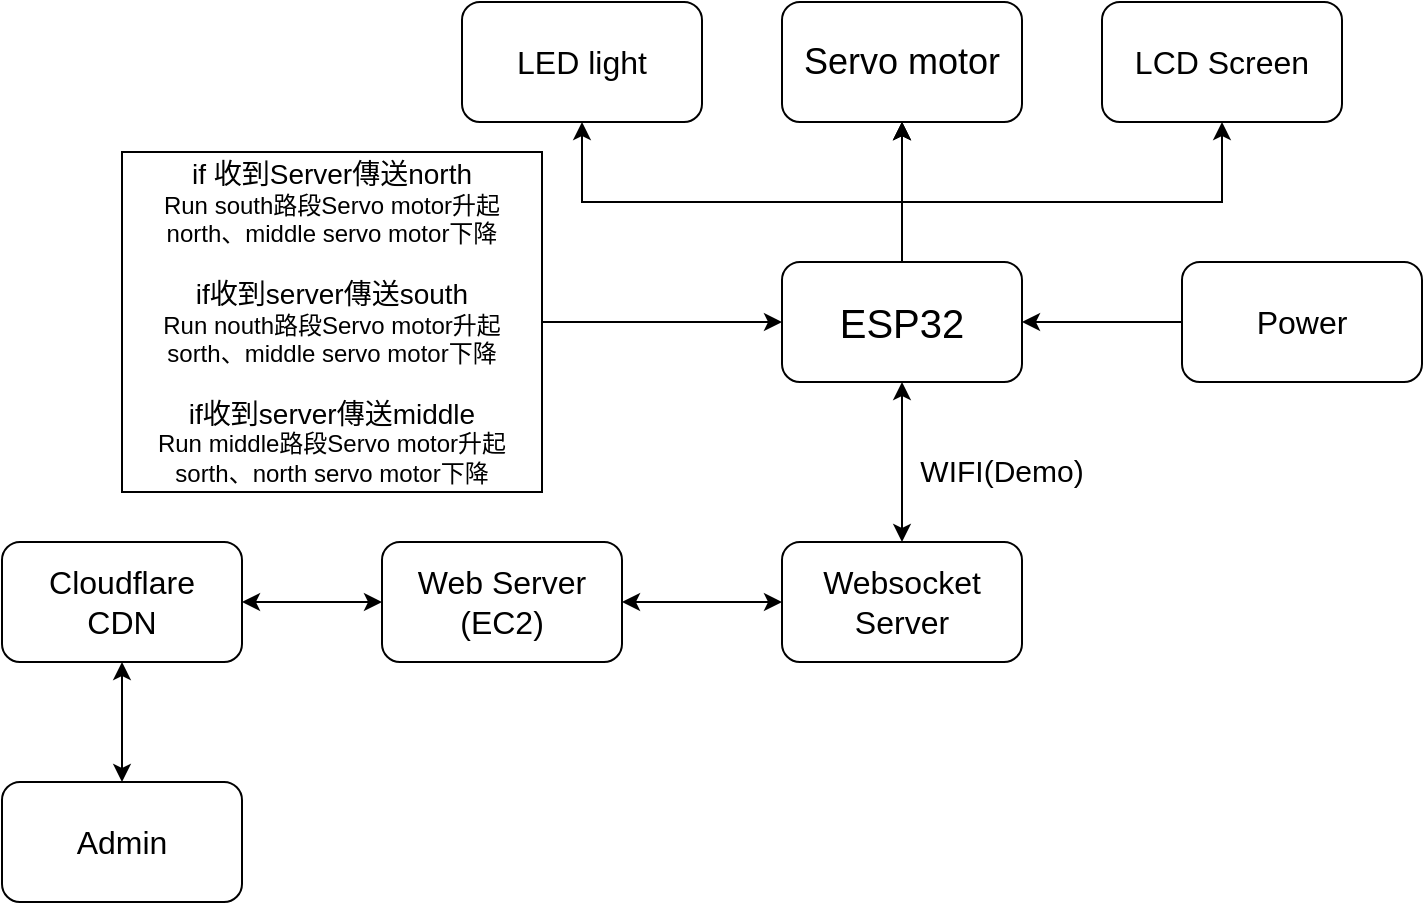
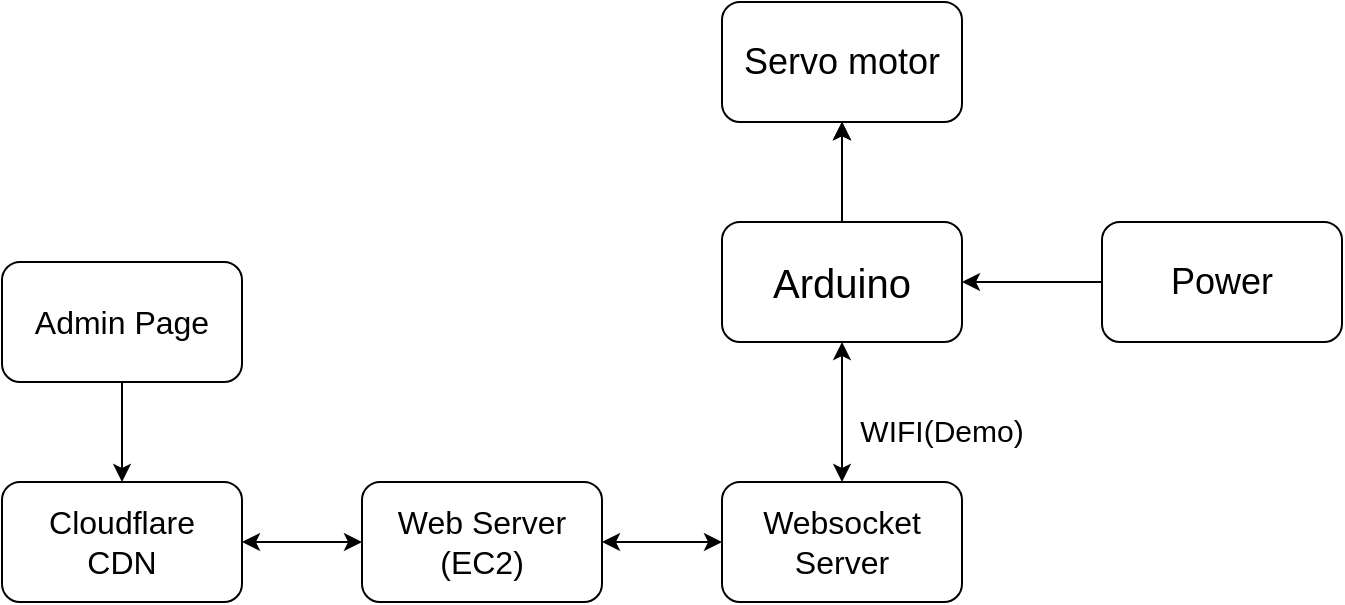
- <mxfile host="app.diagrams.net" agent="Mozilla/5.0 (Macintosh; Intel Mac OS X 10_15_7) AppleWebKit/537.36 (KHTML, like Gecko) Chrome/131.0.0.0 Safari/537.36" version="25.0.3">
+ <mxfile host="app.diagrams.net" agent="Mozilla/5.0 (Macintosh; Intel Mac OS X 10_15_7) AppleWebKit/537.36 (KHTML, like Gecko) Chrome/133.0.0.0 Safari/537.36" version="26.0.2">
  <diagram name="第 1 页" id="GRRBzTbhXltk0ez7nLBs">
-     <mxGraphModel dx="954" dy="605" grid="1" gridSize="10" guides="1" tooltips="1" connect="1" arrows="1" fold="1" page="1" pageScale="1" pageWidth="2339" pageHeight="3300" math="0" shadow="0">
+     <mxGraphModel dx="954" dy="503" grid="1" gridSize="10" guides="1" tooltips="1" connect="1" arrows="1" fold="1" page="1" pageScale="1" pageWidth="2339" pageHeight="3300" math="0" shadow="0">
      <root>
        <mxCell id="0" />
        <mxCell id="1" parent="0" />
        <mxCell id="h-WjH9o7uv-af2M9mUsH-5" value="" style="edgeStyle=orthogonalEdgeStyle;rounded=0;orthogonalLoop=1;jettySize=auto;html=1;" parent="1" source="h-WjH9o7uv-af2M9mUsH-3" target="h-WjH9o7uv-af2M9mUsH-4" edge="1">
          <mxGeometry relative="1" as="geometry" />
        </mxCell>
        <mxCell id="h-WjH9o7uv-af2M9mUsH-8" value="" style="edgeStyle=orthogonalEdgeStyle;rounded=0;orthogonalLoop=1;jettySize=auto;html=1;" parent="1" source="h-WjH9o7uv-af2M9mUsH-3" target="h-WjH9o7uv-af2M9mUsH-4" edge="1">
          <mxGeometry relative="1" as="geometry" />
        </mxCell>
        <mxCell id="h-WjH9o7uv-af2M9mUsH-9" value="" style="edgeStyle=orthogonalEdgeStyle;rounded=0;orthogonalLoop=1;jettySize=auto;html=1;" parent="1" source="h-WjH9o7uv-af2M9mUsH-3" target="h-WjH9o7uv-af2M9mUsH-4" edge="1">
          <mxGeometry relative="1" as="geometry" />
        </mxCell>
-         <mxCell id="h-WjH9o7uv-af2M9mUsH-11" style="edgeStyle=orthogonalEdgeStyle;rounded=0;orthogonalLoop=1;jettySize=auto;html=1;entryX=0.5;entryY=1;entryDx=0;entryDy=0;" parent="1" source="h-WjH9o7uv-af2M9mUsH-3" target="h-WjH9o7uv-af2M9mUsH-10" edge="1">
-           <mxGeometry relative="1" as="geometry">
-             <Array as="points">
-               <mxPoint x="640" y="500" />
-               <mxPoint x="800" y="500" />
-             </Array>
-           </mxGeometry>
-         </mxCell>
-         <mxCell id="h-WjH9o7uv-af2M9mUsH-13" style="edgeStyle=orthogonalEdgeStyle;rounded=0;orthogonalLoop=1;jettySize=auto;html=1;entryX=0.5;entryY=1;entryDx=0;entryDy=0;" parent="1" source="h-WjH9o7uv-af2M9mUsH-3" target="h-WjH9o7uv-af2M9mUsH-12" edge="1">
-           <mxGeometry relative="1" as="geometry">
-             <Array as="points">
-               <mxPoint x="640" y="500" />
-               <mxPoint x="480" y="500" />
-             </Array>
-           </mxGeometry>
-         </mxCell>
-         <mxCell id="h-WjH9o7uv-af2M9mUsH-3" value="&lt;font style=&quot;font-size: 20px;&quot;&gt;ESP32&lt;/font&gt;" style="rounded=1;whiteSpace=wrap;html=1;" parent="1" vertex="1">
+         <mxCell id="h-WjH9o7uv-af2M9mUsH-3" value="&lt;span style=&quot;font-size: 20px;&quot;&gt;Arduino&lt;/span&gt;" style="rounded=1;whiteSpace=wrap;html=1;" parent="1" vertex="1">
          <mxGeometry x="580" y="530" width="120" height="60" as="geometry" />
        </mxCell>
        <mxCell id="h-WjH9o7uv-af2M9mUsH-4" value="&lt;font style=&quot;font-size: 18px;&quot;&gt;Servo motor&lt;/font&gt;" style="rounded=1;whiteSpace=wrap;html=1;" parent="1" vertex="1">
-           <mxGeometry x="580" y="400" width="120" height="60" as="geometry" />
-         </mxCell>
-         <mxCell id="h-WjH9o7uv-af2M9mUsH-10" value="&lt;font style=&quot;font-size: 16px;&quot;&gt;LCD Screen&lt;/font&gt;" style="rounded=1;whiteSpace=wrap;html=1;" parent="1" vertex="1">
-           <mxGeometry x="740" y="400" width="120" height="60" as="geometry" />
-         </mxCell>
-         <mxCell id="h-WjH9o7uv-af2M9mUsH-12" value="&lt;font style=&quot;font-size: 16px;&quot;&gt;LED light&lt;/font&gt;" style="rounded=1;whiteSpace=wrap;html=1;" parent="1" vertex="1">
-           <mxGeometry x="420" y="400" width="120" height="60" as="geometry" />
+           <mxGeometry x="580" y="420" width="120" height="60" as="geometry" />
        </mxCell>
        <mxCell id="h-WjH9o7uv-af2M9mUsH-14" value="&lt;span style=&quot;font-size: 16px;&quot;&gt;Websocket&lt;/span&gt;&lt;div&gt;&lt;span style=&quot;font-size: 16px;&quot;&gt;Server&lt;/span&gt;&lt;/div&gt;" style="rounded=1;whiteSpace=wrap;html=1;" parent="1" vertex="1">
-           <mxGeometry x="580" y="670" width="120" height="60" as="geometry" />
+           <mxGeometry x="580" y="660" width="120" height="60" as="geometry" />
        </mxCell>
        <mxCell id="h-WjH9o7uv-af2M9mUsH-16" value="" style="endArrow=classic;startArrow=classic;html=1;rounded=0;entryX=0.5;entryY=1;entryDx=0;entryDy=0;exitX=0.5;exitY=0;exitDx=0;exitDy=0;" parent="1" source="h-WjH9o7uv-af2M9mUsH-14" target="h-WjH9o7uv-af2M9mUsH-3" edge="1">
          <mxGeometry width="50" height="50" relative="1" as="geometry">
            <mxPoint x="390" y="660" as="sourcePoint" />
            <mxPoint x="520" y="610" as="targetPoint" />
          </mxGeometry>
        </mxCell>
        <mxCell id="h-WjH9o7uv-af2M9mUsH-17" value="&lt;font style=&quot;font-size: 16px;&quot;&gt;Web Server&lt;/font&gt;&lt;div&gt;&lt;font style=&quot;font-size: 16px;&quot;&gt;(EC2)&lt;/font&gt;&lt;/div&gt;" style="rounded=1;whiteSpace=wrap;html=1;" parent="1" vertex="1">
-           <mxGeometry x="380" y="670" width="120" height="60" as="geometry" />
+           <mxGeometry x="400" y="660" width="120" height="60" as="geometry" />
        </mxCell>
-         <mxCell id="iC1xKiAJGUKjYp6LLDDv-2" value="&lt;font style=&quot;font-size: 15px;&quot;&gt;WIFI(Demo)&lt;/font&gt;" style="text;html=1;align=center;verticalAlign=middle;whiteSpace=wrap;rounded=0;" vertex="1" parent="1">
+         <mxCell id="iC1xKiAJGUKjYp6LLDDv-2" value="&lt;font style=&quot;font-size: 15px;&quot;&gt;WIFI(Demo)&lt;/font&gt;" style="text;html=1;align=center;verticalAlign=middle;whiteSpace=wrap;rounded=0;" parent="1" vertex="1">
          <mxGeometry x="650" y="618.75" width="80" height="30" as="geometry" />
        </mxCell>
-         <mxCell id="iC1xKiAJGUKjYp6LLDDv-4" value="" style="endArrow=classic;startArrow=classic;html=1;rounded=0;exitX=1;exitY=0.5;exitDx=0;exitDy=0;entryX=0;entryY=0.5;entryDx=0;entryDy=0;" edge="1" parent="1" source="h-WjH9o7uv-af2M9mUsH-17" target="h-WjH9o7uv-af2M9mUsH-14">
+         <mxCell id="iC1xKiAJGUKjYp6LLDDv-4" value="" style="endArrow=classic;startArrow=classic;html=1;rounded=0;exitX=1;exitY=0.5;exitDx=0;exitDy=0;entryX=0;entryY=0.5;entryDx=0;entryDy=0;" parent="1" source="h-WjH9o7uv-af2M9mUsH-17" target="h-WjH9o7uv-af2M9mUsH-14" edge="1">
          <mxGeometry width="50" height="50" relative="1" as="geometry">
            <mxPoint x="620" y="620" as="sourcePoint" />
            <mxPoint x="670" y="570" as="targetPoint" />
          </mxGeometry>
        </mxCell>
-         <mxCell id="iC1xKiAJGUKjYp6LLDDv-6" value="&lt;font style=&quot;font-size: 16px;&quot;&gt;Cloudflare&lt;/font&gt;&lt;div&gt;&lt;font style=&quot;font-size: 16px;&quot;&gt;CDN&lt;/font&gt;&lt;/div&gt;" style="rounded=1;whiteSpace=wrap;html=1;" vertex="1" parent="1">
-           <mxGeometry x="190" y="670" width="120" height="60" as="geometry" />
+         <mxCell id="iC1xKiAJGUKjYp6LLDDv-6" value="&lt;font style=&quot;font-size: 16px;&quot;&gt;Cloudflare&lt;/font&gt;&lt;div&gt;&lt;font style=&quot;font-size: 16px;&quot;&gt;CDN&lt;/font&gt;&lt;/div&gt;" style="rounded=1;whiteSpace=wrap;html=1;" parent="1" vertex="1">
+           <mxGeometry x="220" y="660" width="120" height="60" as="geometry" />
        </mxCell>
-         <mxCell id="iC1xKiAJGUKjYp6LLDDv-9" value="" style="endArrow=classic;startArrow=classic;html=1;rounded=0;exitX=1;exitY=0.5;exitDx=0;exitDy=0;entryX=0;entryY=0.5;entryDx=0;entryDy=0;" edge="1" parent="1" source="iC1xKiAJGUKjYp6LLDDv-6" target="h-WjH9o7uv-af2M9mUsH-17">
+         <mxCell id="iC1xKiAJGUKjYp6LLDDv-9" value="" style="endArrow=classic;startArrow=classic;html=1;rounded=0;exitX=1;exitY=0.5;exitDx=0;exitDy=0;entryX=0;entryY=0.5;entryDx=0;entryDy=0;" parent="1" source="iC1xKiAJGUKjYp6LLDDv-6" target="h-WjH9o7uv-af2M9mUsH-17" edge="1">
          <mxGeometry width="50" height="50" relative="1" as="geometry">
            <mxPoint x="530" y="600" as="sourcePoint" />
            <mxPoint x="580" y="550" as="targetPoint" />
          </mxGeometry>
        </mxCell>
-         <mxCell id="iC1xKiAJGUKjYp6LLDDv-10" value="&lt;span style=&quot;font-size: 16px;&quot;&gt;Admin&lt;/span&gt;" style="rounded=1;whiteSpace=wrap;html=1;" vertex="1" parent="1">
-           <mxGeometry x="190" y="790" width="120" height="60" as="geometry" />
-         </mxCell>
-         <mxCell id="iC1xKiAJGUKjYp6LLDDv-11" value="" style="endArrow=classic;startArrow=classic;html=1;rounded=0;entryX=0.5;entryY=1;entryDx=0;entryDy=0;exitX=0.5;exitY=0;exitDx=0;exitDy=0;" edge="1" parent="1" source="iC1xKiAJGUKjYp6LLDDv-10" target="iC1xKiAJGUKjYp6LLDDv-6">
-           <mxGeometry width="50" height="50" relative="1" as="geometry">
-             <mxPoint x="280" y="780" as="sourcePoint" />
-             <mxPoint x="600" y="740" as="targetPoint" />
-           </mxGeometry>
-         </mxCell>
-         <mxCell id="iC1xKiAJGUKjYp6LLDDv-13" value="" style="edgeStyle=orthogonalEdgeStyle;rounded=0;orthogonalLoop=1;jettySize=auto;html=1;" edge="1" parent="1" source="iC1xKiAJGUKjYp6LLDDv-12" target="h-WjH9o7uv-af2M9mUsH-3">
+         <mxCell id="TrcF8W8sENgUymIeh69U-1" style="edgeStyle=orthogonalEdgeStyle;rounded=0;orthogonalLoop=1;jettySize=auto;html=1;entryX=0.5;entryY=0;entryDx=0;entryDy=0;" edge="1" parent="1" source="iC1xKiAJGUKjYp6LLDDv-10" target="iC1xKiAJGUKjYp6LLDDv-6">
          <mxGeometry relative="1" as="geometry" />
        </mxCell>
-         <mxCell id="iC1xKiAJGUKjYp6LLDDv-12" value="&lt;font style=&quot;font-size: 16px;&quot;&gt;Power&lt;/font&gt;" style="rounded=1;whiteSpace=wrap;html=1;" vertex="1" parent="1">
-           <mxGeometry x="780" y="530" width="120" height="60" as="geometry" />
+         <mxCell id="iC1xKiAJGUKjYp6LLDDv-10" value="&lt;span style=&quot;font-size: 16px;&quot;&gt;Admin Page&lt;/span&gt;" style="rounded=1;whiteSpace=wrap;html=1;" parent="1" vertex="1">
+           <mxGeometry x="220" y="550" width="120" height="60" as="geometry" />
        </mxCell>
-         <mxCell id="iC1xKiAJGUKjYp6LLDDv-19" value="" style="edgeStyle=orthogonalEdgeStyle;rounded=0;orthogonalLoop=1;jettySize=auto;html=1;" edge="1" parent="1" source="iC1xKiAJGUKjYp6LLDDv-18" target="h-WjH9o7uv-af2M9mUsH-3">
+         <mxCell id="iC1xKiAJGUKjYp6LLDDv-13" value="" style="edgeStyle=orthogonalEdgeStyle;rounded=0;orthogonalLoop=1;jettySize=auto;html=1;" parent="1" source="iC1xKiAJGUKjYp6LLDDv-12" target="h-WjH9o7uv-af2M9mUsH-3" edge="1">
          <mxGeometry relative="1" as="geometry" />
        </mxCell>
-         <mxCell id="iC1xKiAJGUKjYp6LLDDv-18" value="&lt;span style=&quot;font-size: 14px;&quot;&gt;if 收到Server傳送north&lt;/span&gt;&lt;div&gt;Run south路段Servo motor升起&lt;/div&gt;&lt;div&gt;north、middle servo motor下降&lt;/div&gt;&lt;div&gt;&lt;br&gt;&lt;/div&gt;&lt;div&gt;&lt;font style=&quot;font-size: 14px;&quot;&gt;if收到server傳送south&lt;/font&gt;&lt;/div&gt;&lt;div&gt;&lt;div&gt;Run nouth路段Servo motor升起&lt;/div&gt;&lt;div&gt;sorth、middle servo motor下降&lt;/div&gt;&lt;div&gt;&lt;br&gt;&lt;/div&gt;&lt;/div&gt;&lt;div&gt;&lt;div&gt;&lt;font style=&quot;font-size: 14px;&quot;&gt;if收到server傳送middle&lt;/font&gt;&lt;/div&gt;&lt;div&gt;&lt;div&gt;Run middle路段Servo motor升起&lt;/div&gt;&lt;div&gt;sorth、north servo motor下降&lt;/div&gt;&lt;/div&gt;&lt;/div&gt;" style="rounded=0;whiteSpace=wrap;html=1;" vertex="1" parent="1">
-           <mxGeometry x="250" y="475" width="210" height="170" as="geometry" />
+         <mxCell id="iC1xKiAJGUKjYp6LLDDv-12" value="&lt;font style=&quot;font-size: 18px;&quot;&gt;Power&lt;/font&gt;" style="rounded=1;whiteSpace=wrap;html=1;" parent="1" vertex="1">
+           <mxGeometry x="770" y="530" width="120" height="60" as="geometry" />
        </mxCell>
      </root>
    </mxGraphModel>
  </diagram>
</mxfile>
